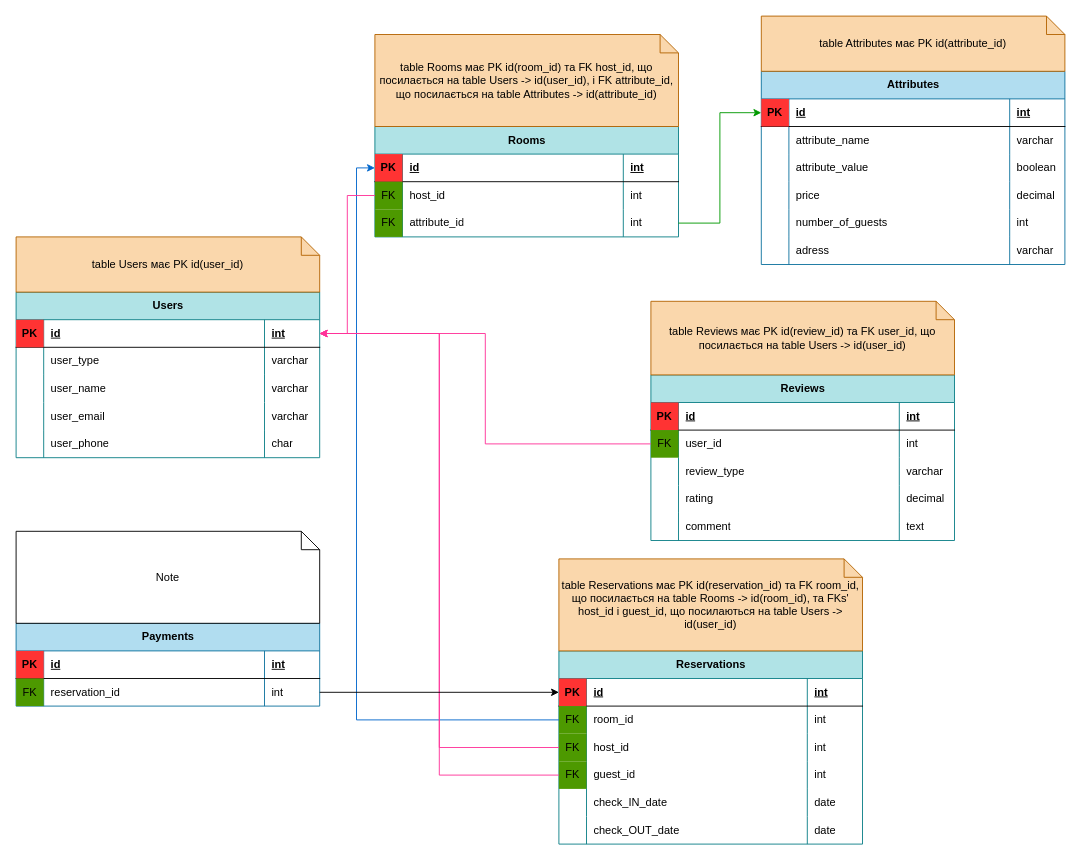
Olha-Zhernosek/projector_homeworks keeps this draw.io diagram as airbnb_diagram.drawio. Above is the earlier version. Source tidied: cells renumbered, new cells numbered last; positions are measured from the earlier drawing's top-left corner, leaving out a move shared by most shapes. Both pictures are drawn from the tidied source at 92%, with x=0, y=0 at pixel (16, 16).
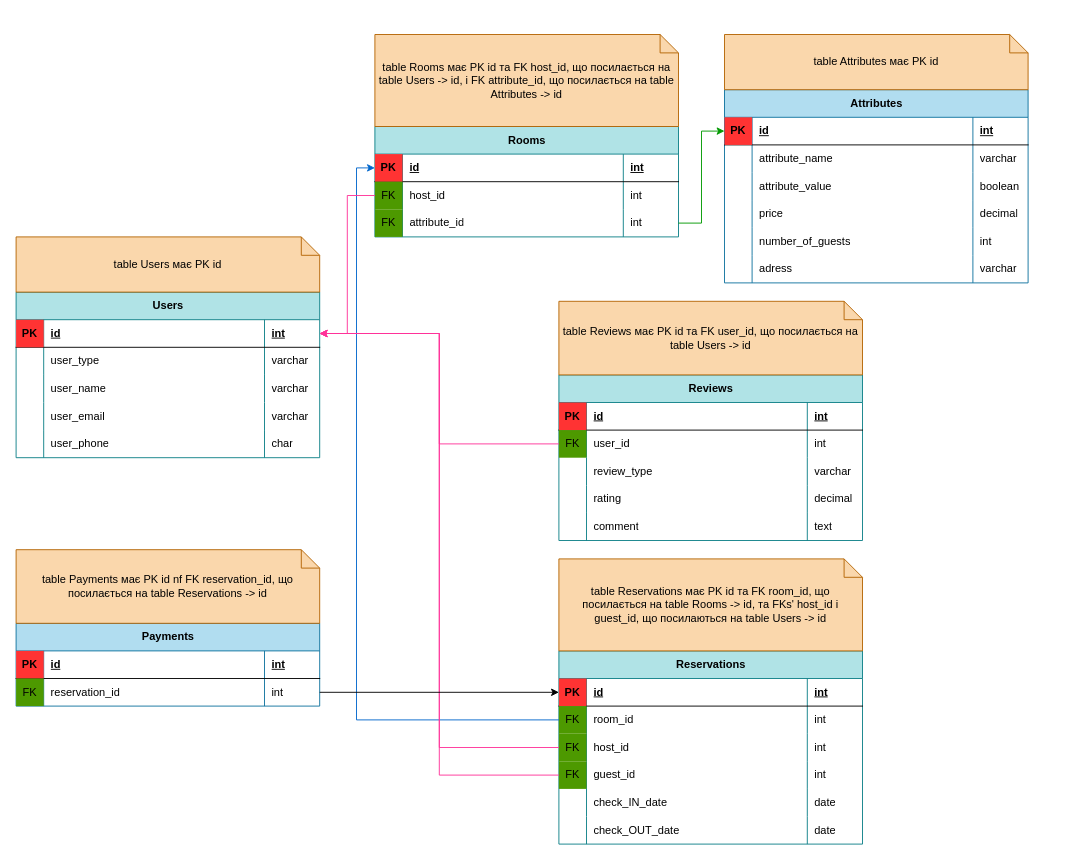
Above is the later version.

Diff of the diagram source:
```diff
@@
     <mxCell id="23" value="Reviews" style="shape=table;startSize=30;childLayout=tableLayout;rowLines=0;fontStyle=1;align=center;html=1;fillColor=#b0e3e6;strokeColor=#0e8088;" parent="1" vertex="1">
-      <mxGeometry x="690" y="390" width="330" height="180" as="geometry" />
+      <mxGeometry x="590" y="390" width="330" height="180" as="geometry" />
     </mxCell>
@@
     <mxCell id="82" value="Attributes" style="shape=table;startSize=30;childLayout=tableLayout;rowLines=0;fontStyle=1;align=center;html=1;fillColor=#b1ddf0;strokeColor=#10739e;" parent="1" vertex="1">
-      <mxGeometry x="810" y="60" width="330" height="210" as="geometry" />
+      <mxGeometry x="770" y="80" width="330" height="210" as="geometry" />
     </mxCell>
@@
-    <mxCell id="122" value="table Users має PK id(user_id)" style="shape=note;size=20;whiteSpace=wrap;html=1;strokeColor=#b46504;fillColor=#fad7ac;" parent="1" vertex="1">
+    <mxCell id="122" value="table Users має PK id" style="shape=note;size=20;whiteSpace=wrap;html=1;strokeColor=#b46504;fillColor=#fad7ac;" parent="1" vertex="1">
       <mxGeometry y="240" width="330" height="60" as="geometry" />
     </mxCell>
-    <mxCell id="123" value="table Rooms має PK id(room_id) та FK host_id, що посилається на table Users -&amp;gt; id(user_id), і FK attribute_id, що посилається на table Attributes -&amp;gt; id(attribute_id)" style="shape=note;size=20;whiteSpace=wrap;html=1;fillColor=#fad7ac;strokeColor=#b46504;" parent="1" vertex="1">
+    <mxCell id="123" value="table Rooms має PK id та FK host_id, що посилається на table Users -&amp;gt; id, і FK attribute_id, що посилається на table Attributes -&amp;gt; id" style="shape=note;size=20;whiteSpace=wrap;html=1;fillColor=#fad7ac;strokeColor=#b46504;" parent="1" vertex="1">
       <mxGeometry x="390" y="20" width="330" height="100" as="geometry" />
     </mxCell>
-    <mxCell id="124" value="table Attributes має PK id(attribute_id)" style="shape=note;size=20;whiteSpace=wrap;html=1;fillColor=#fad7ac;strokeColor=#b46504;" parent="1" vertex="1">
-      <mxGeometry x="810" width="330" height="60" as="geometry" />
+    <mxCell id="124" value="table Attributes має PK id" style="shape=note;size=20;whiteSpace=wrap;html=1;fillColor=#fad7ac;strokeColor=#b46504;" parent="1" vertex="1">
+      <mxGeometry x="770" y="20" width="330" height="60" as="geometry" />
     </mxCell>
-    <mxCell id="125" value="table Reviews має PK id(review_id) та FK user_id, що посилається на table Users -&amp;gt; id(user_id)" style="shape=note;size=20;whiteSpace=wrap;html=1;fillColor=#fad7ac;strokeColor=#b46504;" parent="1" vertex="1">
-      <mxGeometry x="690" y="310" width="330" height="80" as="geometry" />
+    <mxCell id="125" value="table Reviews має PK id та FK user_id, що посилається на table Users -&amp;gt; id" style="shape=note;size=20;whiteSpace=wrap;html=1;fillColor=#fad7ac;strokeColor=#b46504;" parent="1" vertex="1">
+      <mxGeometry x="590" y="310" width="330" height="80" as="geometry" />
     </mxCell>
-    <mxCell id="126" value="table Reservations має PK id(reservation_id) та FK room_id, що посилається на table Rooms -&amp;gt; id(room_id), та FKs' host_id і guest_id, що посилаються на table Users -&amp;gt; id(user_id)" style="shape=note;size=20;whiteSpace=wrap;html=1;fillColor=#fad7ac;strokeColor=#b46504;" parent="1" vertex="1">
+    <mxCell id="126" value="table Reservations має PK id та FK room_id, що посилається на table Rooms -&amp;gt; id, та FKs' host_id і guest_id, що посилаються на table Users -&amp;gt; id" style="shape=note;size=20;whiteSpace=wrap;html=1;fillColor=#fad7ac;strokeColor=#b46504;" parent="1" vertex="1">
       <mxGeometry x="590" y="590" width="330" height="100" as="geometry" />
     </mxCell>
@@
-    <mxCell id="128" value="Note" style="shape=note;size=20;whiteSpace=wrap;html=1;" parent="1" vertex="1">
-      <mxGeometry y="560" width="330" height="100" as="geometry" />
+    <mxCell id="128" value="table Payments має PK id nf FK reservation_id, що посилається на table Reservations -&amp;gt; id" style="shape=note;size=20;whiteSpace=wrap;html=1;fillColor=#fad7ac;strokeColor=#b46504;" parent="1" vertex="1">
+      <mxGeometry y="580" width="330" height="80" as="geometry" />
     </mxCell>
```
